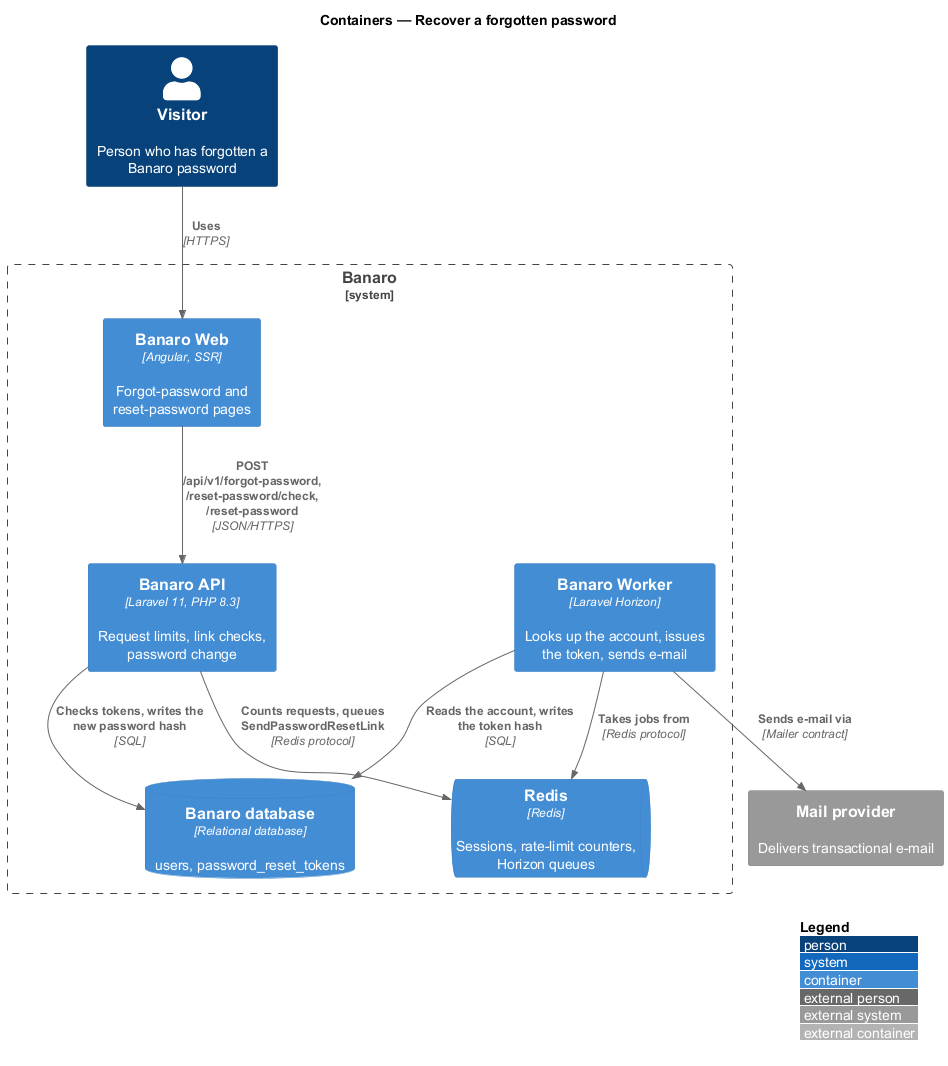
Above: docs/detailed-designs/identity/recover-password/diagrams/c4-container.png in QuinntyneBrown/banaro (PlantUML), before the change. Source of this version:
```plantuml
@startuml
!include <C4/C4_Container>
LAYOUT_WITH_LEGEND()
title Containers — Recover a forgotten password

Person(person, "Visitor", "Person who has forgotten a Banaro password")
System_Ext(mail, "Mail provider", "Delivers transactional e-mail")

System_Boundary(banaro, "Banaro") {
  Container(web, "Banaro Web", "Angular, SSR", "Forgot-password and reset-password pages")
  Container(api, "Banaro API", "Laravel 11, PHP 8.3", "Request limits, link checks, password change")
  Container(worker, "Banaro Worker", "Laravel Horizon", "Looks up the account, issues the token, sends e-mail")
  ContainerDb(db, "Banaro database", "Relational database", "users, password_reset_tokens")
  ContainerQueue(redis, "Redis", "Redis", "Sessions, rate-limit counters, Horizon queues")
}

Rel(person, web, "Uses", "HTTPS")
Rel(web, api, "POST /api/v1/forgot-password, /reset-password/check, /reset-password", "JSON/HTTPS")
Rel(api, redis, "Counts requests, queues SendPasswordResetLink", "Redis protocol")
Rel(api, db, "Checks tokens, writes the new password hash", "SQL")
Rel(worker, redis, "Takes jobs from", "Redis protocol")
Rel(worker, db, "Reads the account, writes the token hash", "SQL")
Rel(worker, mail, "Sends e-mail via", "Mailer contract")
@enduml
```
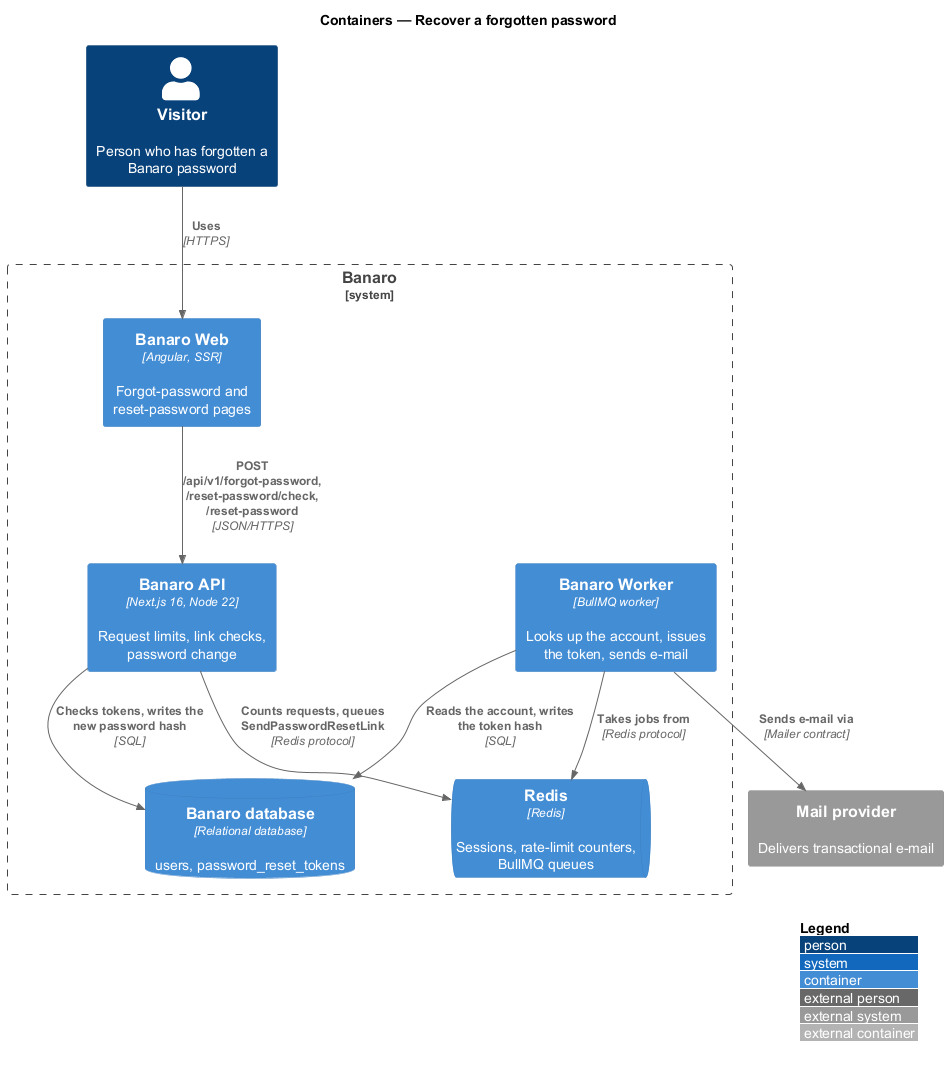
Above is the later version.

The edit, as a diff of the source:
```diff
@@ -8,10 +8,10 @@
 
 System_Boundary(banaro, "Banaro") {
   Container(web, "Banaro Web", "Angular, SSR", "Forgot-password and reset-password pages")
-  Container(api, "Banaro API", "Laravel 11, PHP 8.3", "Request limits, link checks, password change")
-  Container(worker, "Banaro Worker", "Laravel Horizon", "Looks up the account, issues the token, sends e-mail")
+  Container(api, "Banaro API", "Next.js 16, Node 22", "Request limits, link checks, password change")
+  Container(worker, "Banaro Worker", "BullMQ worker", "Looks up the account, issues the token, sends e-mail")
   ContainerDb(db, "Banaro database", "Relational database", "users, password_reset_tokens")
-  ContainerQueue(redis, "Redis", "Redis", "Sessions, rate-limit counters, Horizon queues")
+  ContainerQueue(redis, "Redis", "Redis", "Sessions, rate-limit counters, BullMQ queues")
 }
 
 Rel(person, web, "Uses", "HTTPS")
```
